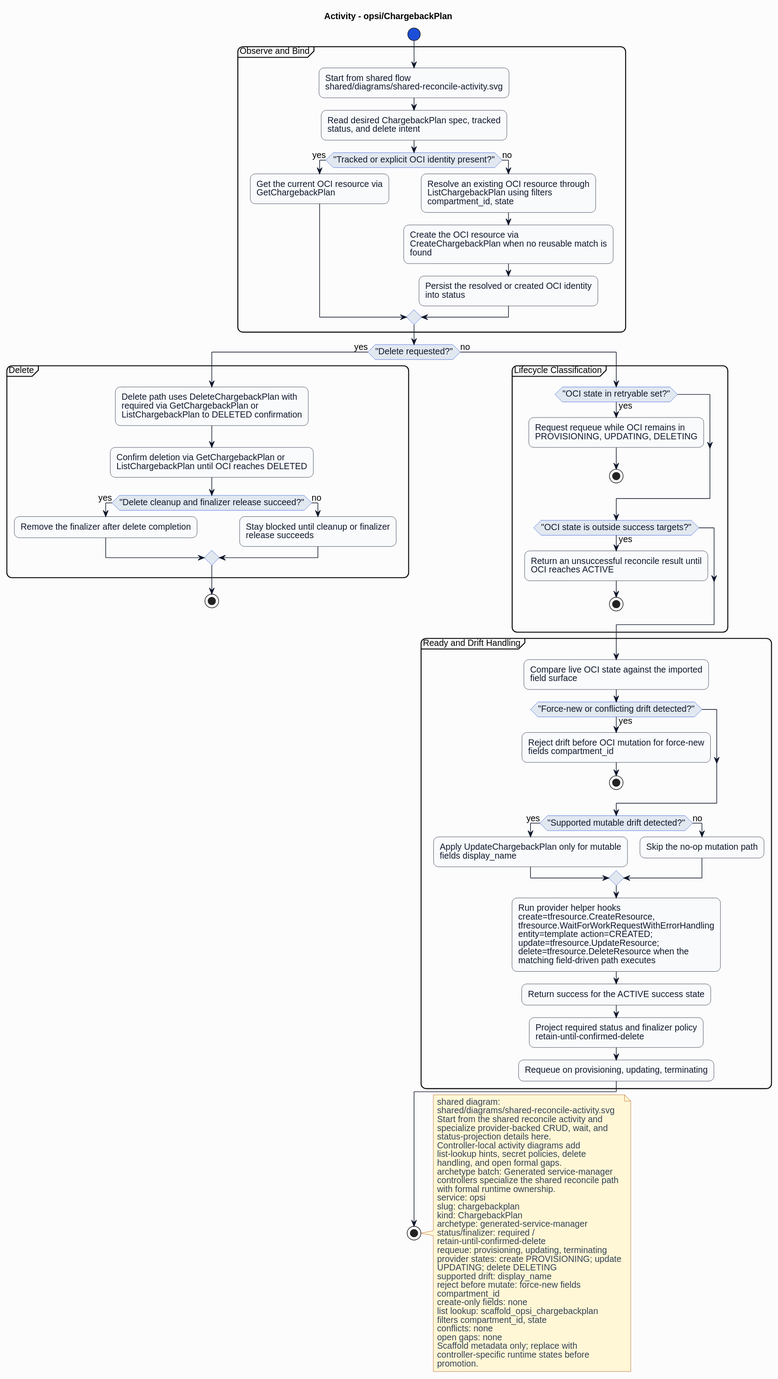
Above: formal/controllers/opsi/chargebackplan/diagrams/activity.svg in HaoyL666/oci-service-operator (PlantUML), before the change.
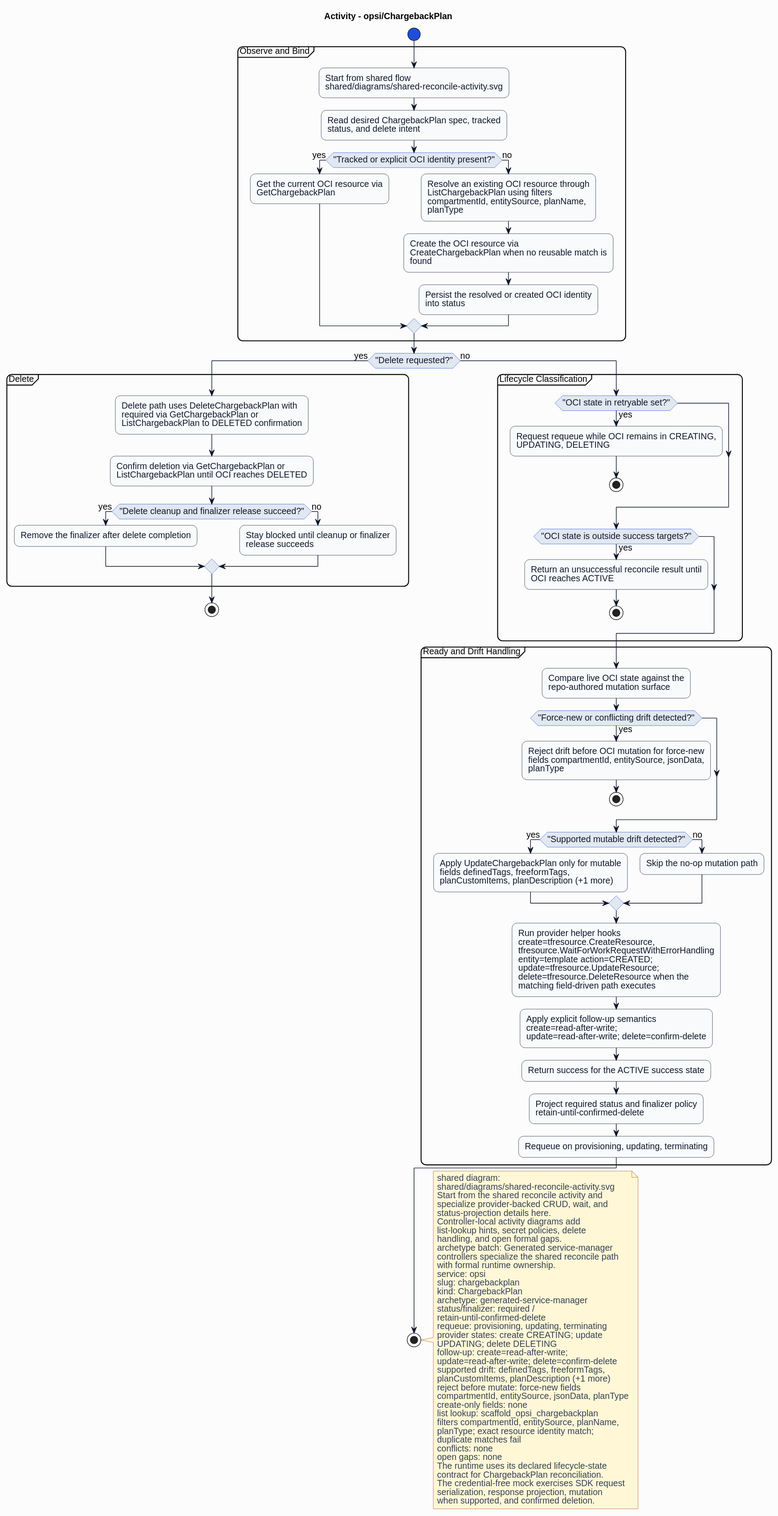
After the commit.

What changed in the source:
```diff
@@ -27,7 +27,7 @@
 if ("Tracked or explicit OCI identity present?") then (yes)
 :Get the current OCI resource via\nGetChargebackPlan;
 else (no)
-:Resolve an existing OCI resource through\nListChargebackPlan using filters\ncompartment_id, state;
+:Resolve an existing OCI resource through\nListChargebackPlan using filters\ncompartmentId, entitySource, planName,\nplanType;
 :Create the OCI resource via\nCreateChargebackPlan when no reusable match is\nfound;
 :Persist the resolved or created OCI identity\ninto status;
 endif
@@ -46,7 +46,7 @@
 else (no)
 partition "Lifecycle Classification" {
 if ("OCI state in retryable set?") then (yes)
-:Request requeue while OCI remains in\nPROVISIONING, UPDATING, DELETING;
+:Request requeue while OCI remains in CREATING,\nUPDATING, DELETING;
 stop
 endif
 if ("OCI state is outside success targets?") then (yes)
@@ -55,17 +55,18 @@
 endif
 }
 partition "Ready and Drift Handling" {
-:Compare live OCI state against the imported\nfield surface;
+:Compare live OCI state against the\nrepo-authored mutation surface;
 if ("Force-new or conflicting drift detected?") then (yes)
-:Reject drift before OCI mutation for force-new\nfields compartment_id;
+:Reject drift before OCI mutation for force-new\nfields compartmentId, entitySource, jsonData,\nplanType;
 stop
 endif
 if ("Supported mutable drift detected?") then (yes)
-:Apply UpdateChargebackPlan only for mutable\nfields display_name;
+:Apply UpdateChargebackPlan only for mutable\nfields definedTags, freeformTags,\nplanCustomItems, planDescription (+1 more);
 else (no)
 :Skip the no-op mutation path;
 endif
 :Run provider helper hooks\ncreate=tfresource.CreateResource,\ntfresource.WaitForWorkRequestWithErrorHandling\nentity=template action=CREATED;\nupdate=tfresource.UpdateResource;\ndelete=tfresource.DeleteResource when the\nmatching field-driven path executes;
+:Apply explicit follow-up semantics\ncreate=read-after-write;\nupdate=read-after-write; delete=confirm-delete;
 :Return success for the ACTIVE success state;
 :Project required status and finalizer policy\nretain-until-confirmed-delete;
 :Requeue on provisioning, updating, terminating;
@@ -91,18 +92,25 @@
 status/finalizer: required /
 retain-until-confirmed-delete
 requeue: provisioning, updating, terminating
-provider states: create PROVISIONING; update
+provider states: create CREATING; update
 UPDATING; delete DELETING
-supported drift: display_name
+follow-up: create=read-after-write;
+update=read-after-write; delete=confirm-delete
+supported drift: definedTags, freeformTags,
+planCustomItems, planDescription (+1 more)
 reject before mutate: force-new fields
-compartment_id
+compartmentId, entitySource, jsonData, planType
 create-only fields: none
 list lookup: scaffold_opsi_chargebackplan
-filters compartment_id, state
+filters compartmentId, entitySource, planName,
+planType; exact resource identity match;
+duplicate matches fail
 conflicts: none
 open gaps: none
-Scaffold metadata only; replace with
-controller-specific runtime states before
-promotion.
+The runtime uses its declared lifecycle-state
+contract for ChargebackPlan reconciliation.
+The credential-free mock exercises SDK request
+serialization, response projection, mutation
+when supported, and confirmed deletion.
 end note
 @enduml
```
